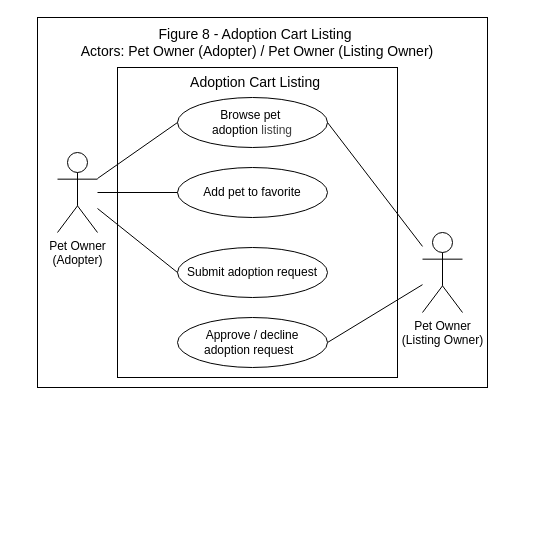
Above: page "Fig-8" (8 of 10) of USE-CASE_Diagram_Franco.drawio in Chels013/Breedr-Diagrams (draw.io), before the change. Source tidied: cells renumbered, new cells numbered last; positions are measured from the earlier drawing's top-left corner, leaving out a move shared by most shapes. Both pictures are drawn from the tidied source at 100%, with x=0, y=0 at pixel (37, 17).
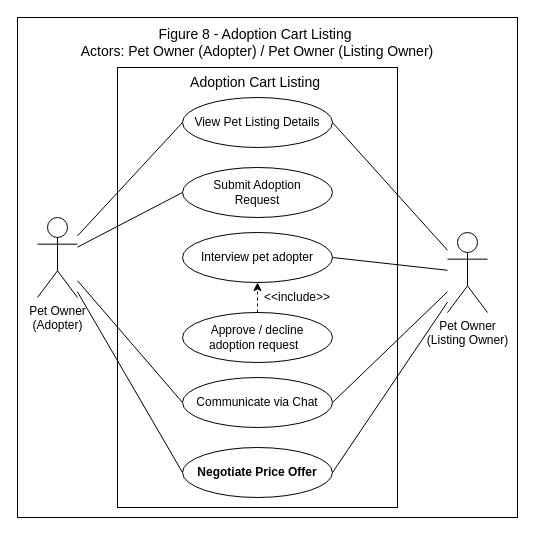
Above is the later version.

What changed in the source:
```diff
@@
     <mxCell id="2" style="rounded=0;whiteSpace=wrap;html=1;" parent="1" vertex="1">
-      <mxGeometry width="450" height="370" as="geometry" />
+      <mxGeometry x="-20" width="500" height="500" as="geometry" />
     </mxCell>
     <mxCell id="3" style="rounded=0;whiteSpace=wrap;html=1;" parent="1" vertex="1">
-      <mxGeometry x="80" y="50" width="280" height="310" as="geometry" />
+      <mxGeometry x="80" y="50" width="280" height="440" as="geometry" />
     </mxCell>
     <mxCell id="4" value="Pet Owner&lt;div&gt;(Adopter)&lt;/div&gt;" style="shape=umlActor;verticalLabelPosition=bottom;verticalAlign=top;html=1;outlineConnect=0;" parent="1" vertex="1">
-      <mxGeometry x="20" y="135" width="40" height="80" as="geometry" />
+      <mxGeometry y="200" width="40" height="80" as="geometry" />
     </mxCell>
     <mxCell id="5" value="Pet Owner&lt;div&gt;(Listing Owner)&lt;/div&gt;" style="shape=umlActor;verticalLabelPosition=bottom;verticalAlign=top;html=1;outlineConnect=0;" parent="1" vertex="1">
-      <mxGeometry x="385" y="215" width="40" height="80" as="geometry" />
+      <mxGeometry x="410" y="215" width="40" height="80" as="geometry" />
     </mxCell>
@@
-    <mxCell id="8" value="Browse pet&amp;nbsp;&lt;div&gt;adoption&amp;nbsp;&lt;span style=&quot;color: rgb(63, 63, 63); background-color: transparent;&quot;&gt;listing&lt;/span&gt;&lt;/div&gt;" style="ellipse;whiteSpace=wrap;html=1;" parent="1" vertex="1">
-      <mxGeometry x="140" y="80" width="150" height="50" as="geometry" />
+    <mxCell id="8" value="View Pet Listing Details" style="ellipse;whiteSpace=wrap;html=1;" parent="1" vertex="1">
+      <mxGeometry x="145" y="80" width="150" height="50" as="geometry" />
     </mxCell>
-    <mxCell id="9" value="Add pet to favorite" style="ellipse;whiteSpace=wrap;html=1;" parent="1" vertex="1">
-      <mxGeometry x="140" y="150" width="150" height="50" as="geometry" />
+    <mxCell id="9" value="Submit Adoption &lt;br&gt;Request" style="ellipse;whiteSpace=wrap;html=1;" parent="1" vertex="1">
+      <mxGeometry x="145" y="150" width="150" height="50" as="geometry" />
     </mxCell>
-    <mxCell id="10" value="Submit adoption request" style="ellipse;whiteSpace=wrap;html=1;" parent="1" vertex="1">
-      <mxGeometry x="140" y="230" width="150" height="50" as="geometry" />
+    <mxCell id="10" value="Interview pet adopter" style="ellipse;whiteSpace=wrap;html=1;" parent="1" vertex="1">
+      <mxGeometry x="145" y="215" width="150" height="50" as="geometry" />
     </mxCell>
@@
-    <mxCell id="13" style="endArrow=none;html=1;entryX=0;entryY=0.5;entryDx=0;entryDy=0;" parent="1" edge="1" source="4" target="10">
+    <mxCell id="13" style="endArrow=none;html=1;entryX=0;entryY=0.5;entryDx=0;entryDy=0;" parent="1" edge="1" source="4" target="17">
       <mxGeometry relative="1" as="geometry" />
     </mxCell>
@@
-    <mxCell id="15" style="endArrow=none;html=1;exitX=1;exitY=0.5;exitDx=0;exitDy=0;" parent="1" edge="1" source="16" target="5">
+    <mxCell id="15" style="endArrow=none;html=1;exitX=1;exitY=0.5;exitDx=0;exitDy=0;" parent="1" edge="1" source="17" target="5">
       <mxGeometry relative="1" as="geometry" />
     </mxCell>
     <mxCell id="16" value="Approve / decline&lt;div&gt;adoption request&amp;nbsp;&amp;nbsp;&lt;/div&gt;" style="ellipse;whiteSpace=wrap;html=1;" parent="1" vertex="1">
-      <mxGeometry x="140" y="300" width="150" height="50" as="geometry" />
+      <mxGeometry x="145" y="295" width="150" height="50" as="geometry" />
     </mxCell>
+    <mxCell id="17" value="Communicate via Chat" style="ellipse;whiteSpace=wrap;html=1;" parent="1" vertex="1">
+      <mxGeometry x="145" y="360" width="150" height="50" as="geometry" />
+    </mxCell>
+    <mxCell id="18" value="&lt;span&gt;&lt;b&gt;&lt;/b&gt;&lt;/span&gt;&lt;span&gt;&lt;b&gt;Negotiate Price Offer&lt;/b&gt;&lt;/span&gt;" style="ellipse;whiteSpace=wrap;html=1;" parent="1" vertex="1">
+      <mxGeometry x="145" y="430" width="150" height="50" as="geometry" />
+    </mxCell>
+    <mxCell id="19" style="endArrow=none;html=1;exitX=1;exitY=0.5;exitDx=0;exitDy=0;" parent="1" edge="1" source="10" target="5">
+      <mxGeometry relative="1" as="geometry" />
+    </mxCell>
+    <mxCell id="20" style="endArrow=none;html=1;entryX=0;entryY=0.5;entryDx=0;entryDy=0;" parent="1" edge="1" source="4" target="18">
+      <mxGeometry relative="1" as="geometry" />
+    </mxCell>
+    <mxCell id="21" style="endArrow=none;html=1;exitX=1;exitY=0.5;exitDx=0;exitDy=0;" parent="1" edge="1" source="18" target="5">
+      <mxGeometry relative="1" as="geometry" />
+    </mxCell>
+    <mxCell id="22" style="html=1;labelBackgroundColor=#ffffff;startArrow=none;startFill=0;startSize=6;endArrow=classic;endFill=1;endSize=6;jettySize=auto;strokeWidth=1;dashed=1;fontSize=14;exitX=0.5;exitY=0;exitDx=0;exitDy=0;entryX=0.5;entryY=1;entryDx=0;entryDy=0;" parent="1" edge="1" source="16" target="10">
+      <mxGeometry relative="1" as="geometry" />
+    </mxCell>
+    <mxCell id="23" value="&amp;lt;&amp;lt;include&amp;gt;&amp;gt;" style="text;html=1;align=center;verticalAlign=middle;whiteSpace=wrap;rounded=0;" parent="1" vertex="1">
+      <mxGeometry x="230" y="265" width="60" height="30" as="geometry" />
+    </mxCell>
```
